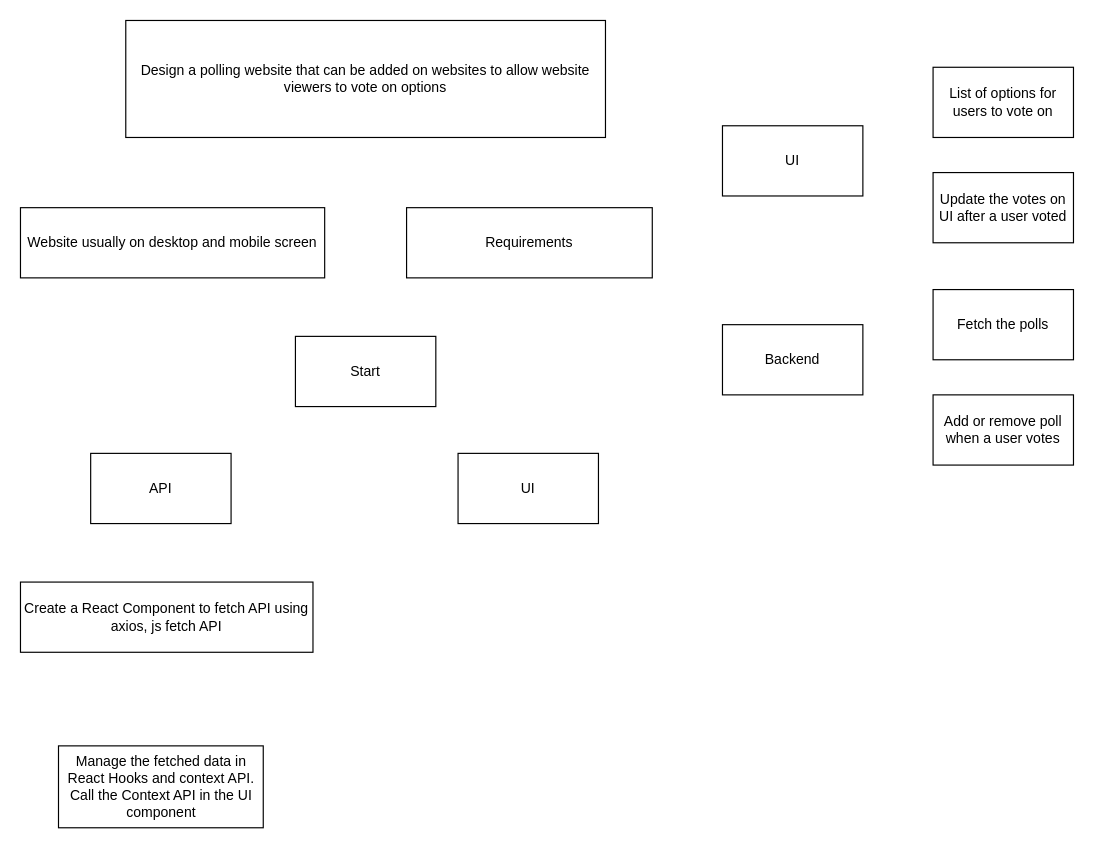
This is polling.drawio from KaidenCoder/DrawIORepo, a draw.io file, before an edit. Source tidied: cells renumbered, new cells numbered last; positions are measured from the earlier drawing's top-left corner, leaving out a move shared by most shapes. Both pictures are drawn from the tidied source at 117%, with x=0, y=0 at pixel (20, 20).
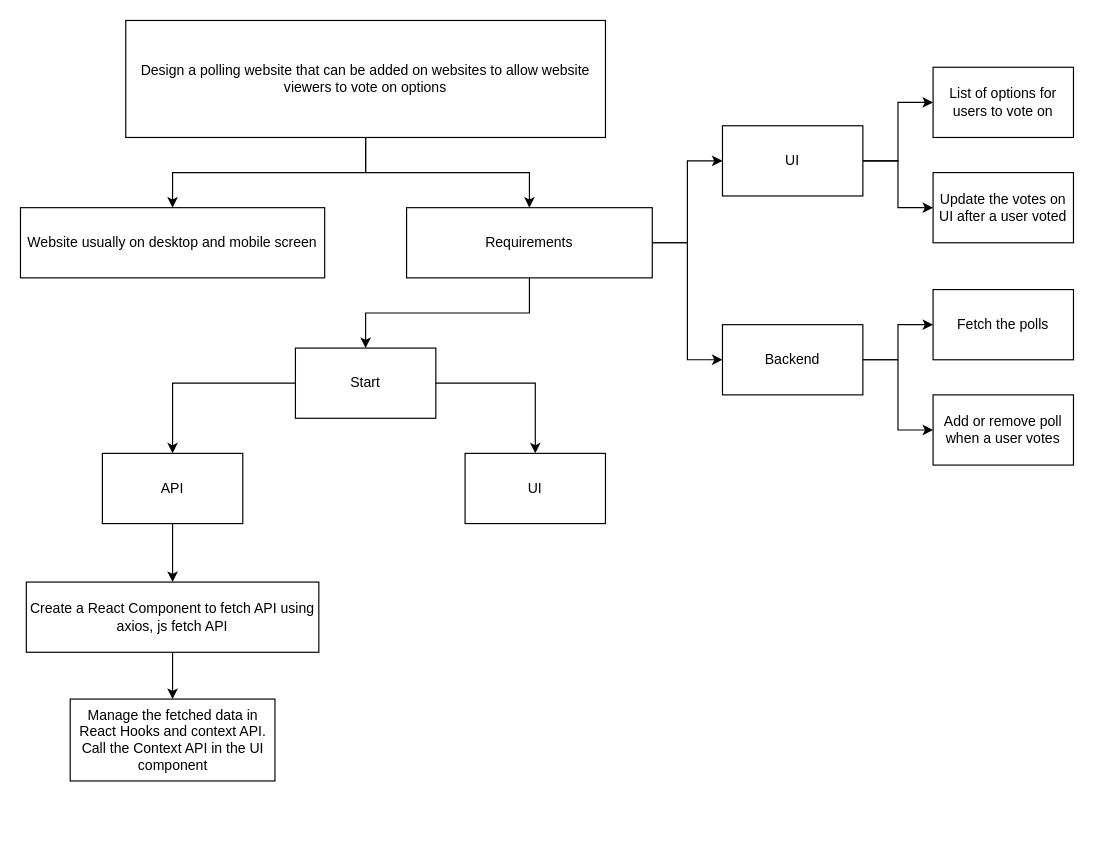
After the change.

The change refers to these unchanged cells:
```xml
<mxCell id="2" value="Design a polling website that can be added on websites to allow website viewers to vote on options" style="rounded=0;whiteSpace=wrap;html=1;" parent="1" vertex="1">
  <mxGeometry x="90" width="410" height="100" as="geometry" />
</mxCell>
<mxCell id="3" value="Website usually on desktop and mobile screen" style="rounded=0;whiteSpace=wrap;html=1;" parent="1" vertex="1">
  <mxGeometry y="160" width="260" height="60" as="geometry" />
</mxCell>
<mxCell id="4" value="Requirements" style="rounded=0;whiteSpace=wrap;html=1;" parent="1" vertex="1">
  <mxGeometry x="330" y="160" width="210" height="60" as="geometry" />
</mxCell>
<mxCell id="5" value="List of options for users to vote on" style="rounded=0;whiteSpace=wrap;html=1;" parent="1" vertex="1">
  <mxGeometry x="780" y="40" width="120" height="60" as="geometry" />
</mxCell>
<mxCell id="6" value="Update the votes on UI after a user voted" style="rounded=0;whiteSpace=wrap;html=1;" parent="1" vertex="1">
  <mxGeometry x="780" y="130" width="120" height="60" as="geometry" />
</mxCell>
<mxCell id="7" value="UI" style="rounded=0;whiteSpace=wrap;html=1;" parent="1" vertex="1">
  <mxGeometry x="600" y="90" width="120" height="60" as="geometry" />
</mxCell>
<mxCell id="8" value="Backend" style="rounded=0;whiteSpace=wrap;html=1;" parent="1" vertex="1">
  <mxGeometry x="600" y="260" width="120" height="60" as="geometry" />
</mxCell>
<mxCell id="9" value="Fetch the polls" style="rounded=0;whiteSpace=wrap;html=1;" parent="1" vertex="1">
  <mxGeometry x="780" y="230" width="120" height="60" as="geometry" />
</mxCell>
<mxCell id="10" value="Add or remove poll when a user votes" style="rounded=0;whiteSpace=wrap;html=1;" parent="1" vertex="1">
  <mxGeometry x="780" y="320" width="120" height="60" as="geometry" />
</mxCell>
```

The edit, as a diff of the source:
```diff
@@
+    <mxCell id="16" style="edgeStyle=orthogonalEdgeStyle;rounded=0;jettySize=auto;html=1;entryX=0.5;entryY=0;entryDx=0;entryDy=0;" parent="1" edge="1" source="2" target="3">
+      <mxGeometry relative="1" as="geometry" />
+    </mxCell>
+    <mxCell id="17" style="edgeStyle=orthogonalEdgeStyle;rounded=0;jettySize=auto;html=1;entryX=0.5;entryY=0;entryDx=0;entryDy=0;" parent="1" edge="1" source="2" target="4">
+      <mxGeometry relative="1" as="geometry" />
+    </mxCell>
@@
+    <mxCell id="18" style="edgeStyle=orthogonalEdgeStyle;rounded=0;jettySize=auto;html=1;entryX=0;entryY=0.5;entryDx=0;entryDy=0;" parent="1" edge="1" source="4" target="7">
+      <mxGeometry relative="1" as="geometry" />
+    </mxCell>
+    <mxCell id="19" style="edgeStyle=orthogonalEdgeStyle;rounded=0;jettySize=auto;html=1;entryX=0;entryY=0.5;entryDx=0;entryDy=0;" parent="1" edge="1" source="4" target="8">
+      <mxGeometry relative="1" as="geometry" />
+    </mxCell>
+    <mxCell id="20" style="edgeStyle=orthogonalEdgeStyle;rounded=0;jettySize=auto;html=1;" parent="1" edge="1" source="4" target="11">
+      <mxGeometry relative="1" as="geometry" />
+    </mxCell>
@@
+    <mxCell id="21" style="edgeStyle=orthogonalEdgeStyle;rounded=0;jettySize=auto;html=1;entryX=0;entryY=0.5;entryDx=0;entryDy=0;" parent="1" edge="1" source="7" target="5">
+      <mxGeometry relative="1" as="geometry" />
+    </mxCell>
+    <mxCell id="22" style="edgeStyle=orthogonalEdgeStyle;rounded=0;jettySize=auto;html=1;entryX=0;entryY=0.5;entryDx=0;entryDy=0;" parent="1" edge="1" source="7" target="6">
+      <mxGeometry relative="1" as="geometry" />
+    </mxCell>
@@
+    <mxCell id="23" style="edgeStyle=orthogonalEdgeStyle;rounded=0;jettySize=auto;html=1;entryX=0;entryY=0.5;entryDx=0;entryDy=0;" parent="1" edge="1" source="8" target="9">
+      <mxGeometry relative="1" as="geometry" />
+    </mxCell>
+    <mxCell id="24" style="edgeStyle=orthogonalEdgeStyle;rounded=0;jettySize=auto;html=1;entryX=0;entryY=0.5;entryDx=0;entryDy=0;" parent="1" edge="1" source="8" target="10">
+      <mxGeometry relative="1" as="geometry" />
+    </mxCell>
@@
+    <mxCell id="25" style="edgeStyle=orthogonalEdgeStyle;rounded=0;jettySize=auto;html=1;entryX=0.5;entryY=0;entryDx=0;entryDy=0;" parent="1" edge="1" source="11" target="14">
+      <mxGeometry relative="1" as="geometry" />
+    </mxCell>
+    <mxCell id="26" style="edgeStyle=orthogonalEdgeStyle;rounded=0;jettySize=auto;html=1;entryX=0.5;entryY=0;entryDx=0;entryDy=0;" parent="1" edge="1" source="11" target="15">
+      <mxGeometry relative="1" as="geometry" />
+    </mxCell>
     <mxCell id="11" value="Start" style="rounded=0;whiteSpace=wrap;html=1;" parent="1" vertex="1">
-      <mxGeometry x="235" y="270" width="120" height="60" as="geometry" />
+      <mxGeometry x="235" y="280" width="120" height="60" as="geometry" />
     </mxCell>
+    <mxCell id="27" style="edgeStyle=orthogonalEdgeStyle;rounded=0;jettySize=auto;html=1;entryX=0.5;entryY=0;entryDx=0;entryDy=0;" parent="1" edge="1" source="12" target="13">
+      <mxGeometry relative="1" as="geometry" />
+    </mxCell>
     <mxCell id="12" value="Create a React Component to fetch API using axios, js fetch API" style="rounded=0;whiteSpace=wrap;html=1;" parent="1" vertex="1">
-      <mxGeometry y="480" width="250" height="60" as="geometry" />
+      <mxGeometry x="5" y="480" width="250" height="60" as="geometry" />
     </mxCell>
     <mxCell id="13" value="Manage the fetched data in React Hooks and context API. Call the Context API in the UI component" style="rounded=0;whiteSpace=wrap;html=1;" parent="1" vertex="1">
-      <mxGeometry x="32.5" y="620" width="175" height="70" as="geometry" />
+      <mxGeometry x="42.5" y="580" width="175" height="70" as="geometry" />
     </mxCell>
+    <mxCell id="28" style="edgeStyle=orthogonalEdgeStyle;rounded=0;jettySize=auto;html=1;entryX=0.5;entryY=0;entryDx=0;entryDy=0;" parent="1" edge="1" source="14" target="12">
+      <mxGeometry relative="1" as="geometry" />
+    </mxCell>
     <mxCell id="14" value="API" style="rounded=0;whiteSpace=wrap;html=1;" parent="1" vertex="1">
-      <mxGeometry x="60" y="370" width="120" height="60" as="geometry" />
+      <mxGeometry x="70" y="370" width="120" height="60" as="geometry" />
     </mxCell>
     <mxCell id="15" value="UI" style="rounded=0;whiteSpace=wrap;html=1;" parent="1" vertex="1">
-      <mxGeometry x="374" y="370" width="120" height="60" as="geometry" />
+      <mxGeometry x="380" y="370" width="120" height="60" as="geometry" />
     </mxCell>
```
